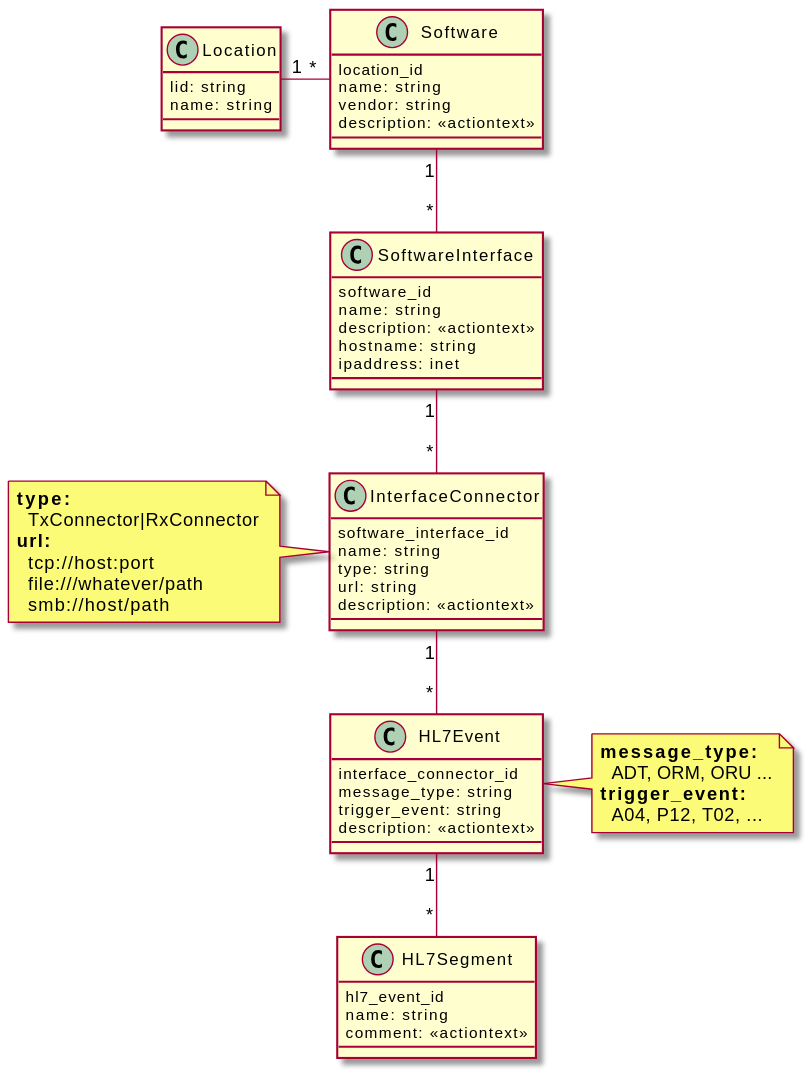
swobspace/mirco keeps this PlantUML diagram as public/docs/dev-notes/_images/software-interfaces.svg. Above is the earlier version.
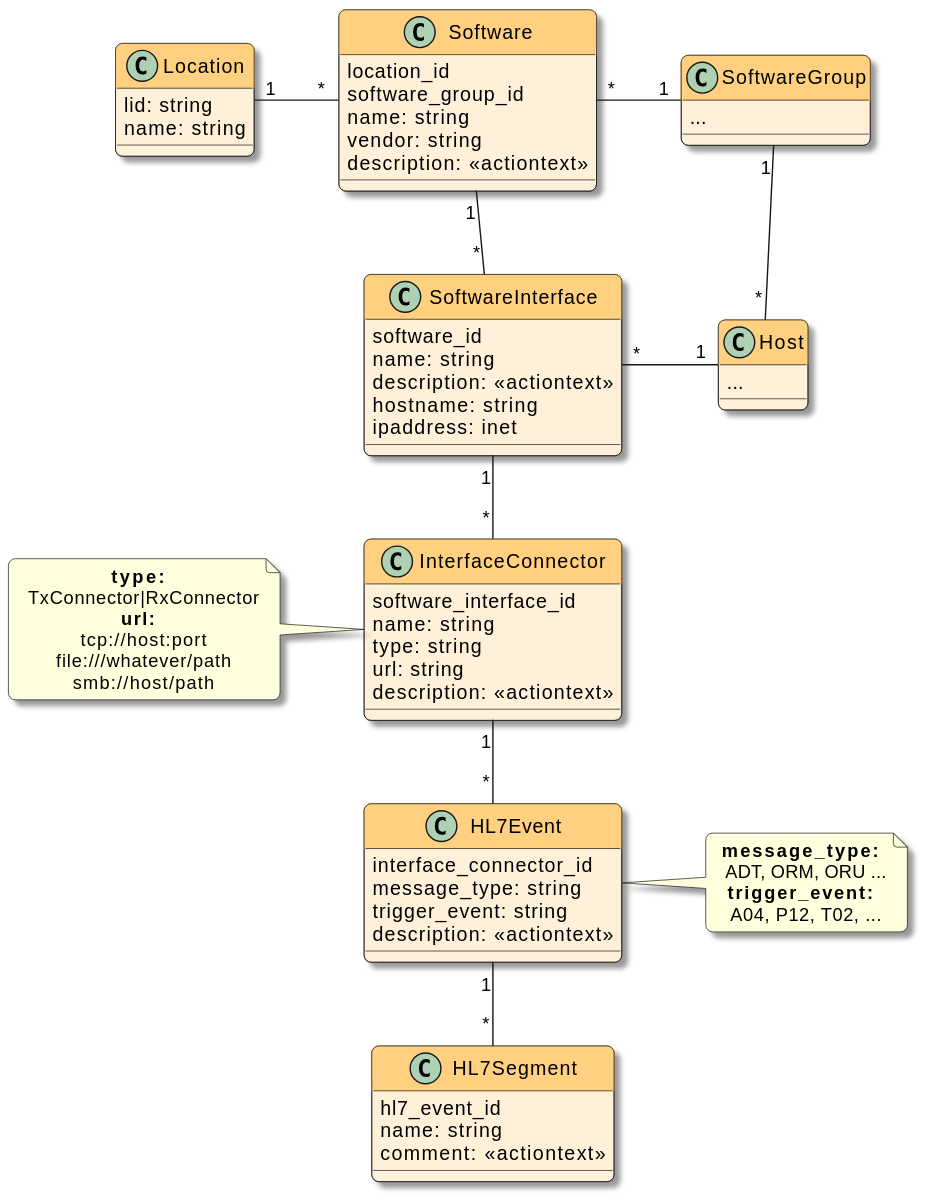
Later version of the same file.

What changed in the source:
```diff
@@ -1,20 +1,28 @@
 @startuml
 
+!theme mirco from .
 
-skinparam interface {
-  padding 100
-}
+skinparam nodesep 60
 
 class Location {
   lid: string
   name: string
 }
 
+class SoftwareGroup {
+  ...
+}
+
 class Software {
   location_id
+  software_group_id
   name: string
   vendor: string
   description: <<actiontext>>
+}
+
+class Host {
+  ...
 }
 
 class SoftwareInterface {
@@ -64,7 +72,10 @@
 }
 
 Location "1" - "*" Software
+Software "*" - "1" SoftwareGroup
 Software "1" -- "*" SoftwareInterface
+SoftwareInterface "*" - "1" Host
+SoftwareGroup "1" -- "*" Host
 SoftwareInterface "1" -- "*" InterfaceConnector
 
 InterfaceConnector "1" -- "*" HL7Event
```
